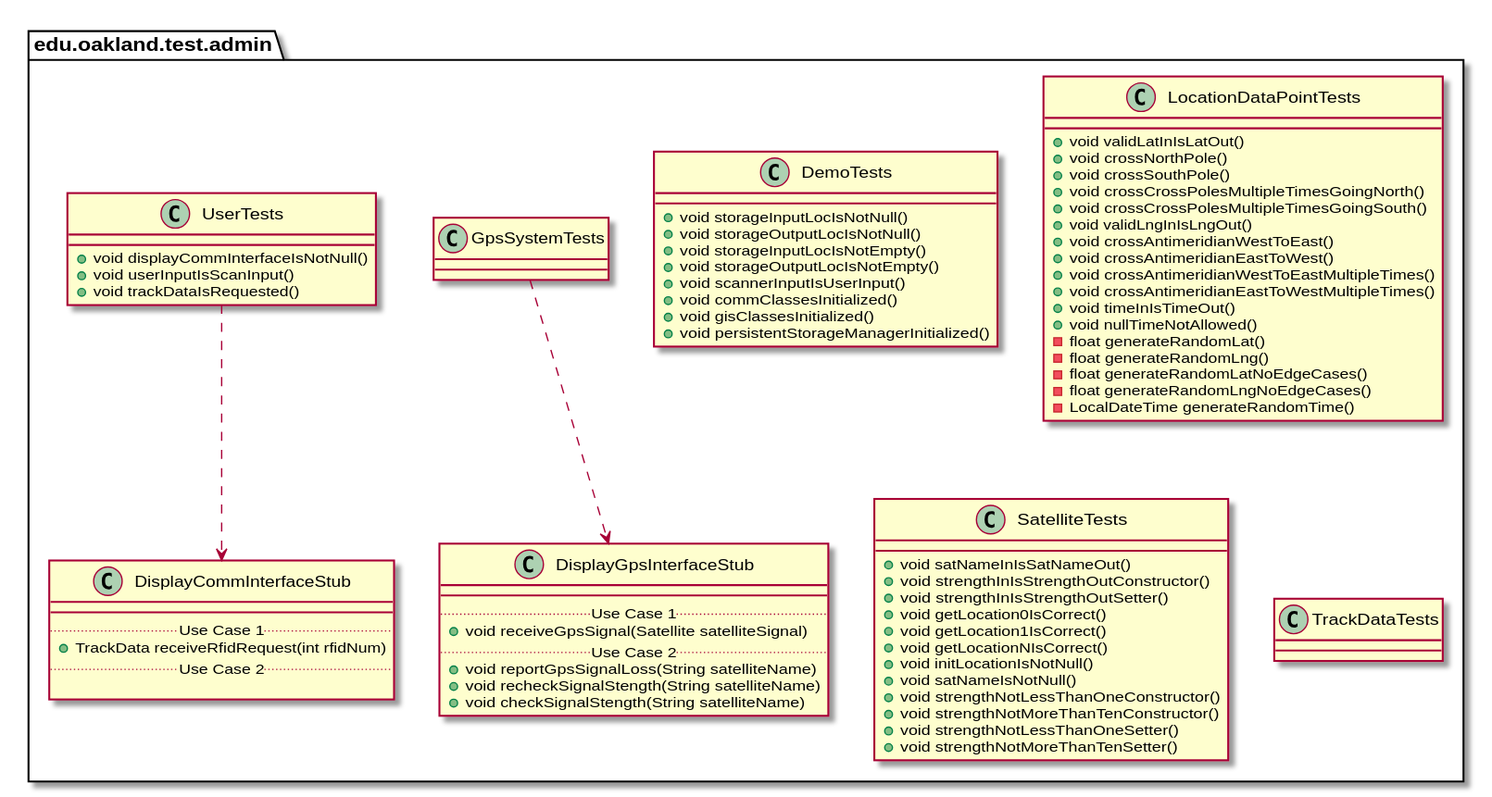
This is docs/uml-class-diagrams/admin/test/AdminTestPackage_InternalDependencies.svg from elilley15/csi-3370-software-project, a PlantUML export, as it was before one commit.
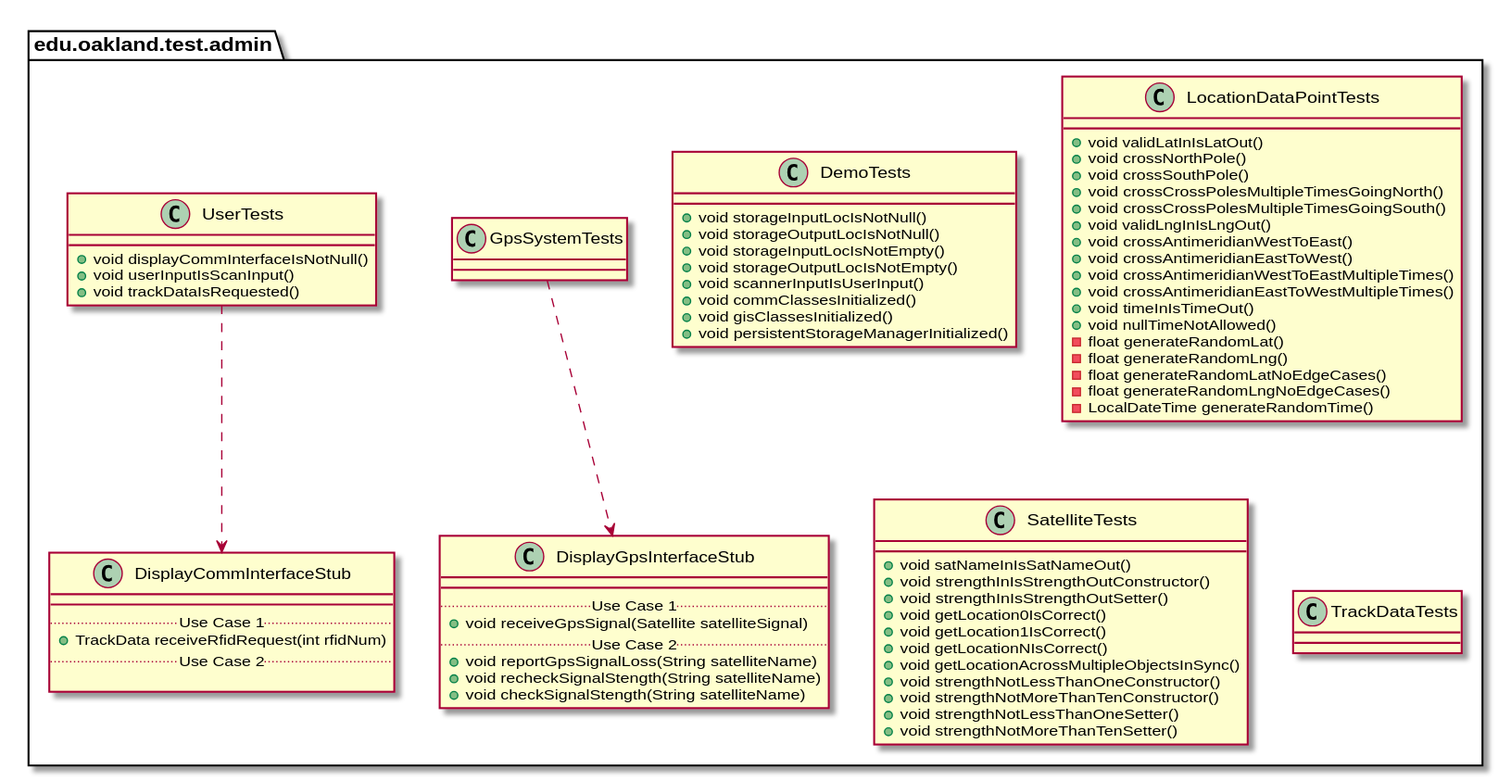
Later version of the same file.

Diff of the diagram source:
```diff
@@ -94,8 +94,7 @@
        + void getLocation0IsCorrect()
        + void getLocation1IsCorrect()
        + void getLocationNIsCorrect()
-       + void initLocationIsNotNull()
-       + void satNameIsNotNull()
+       + void getLocationAcrossMultipleObjectsInSync()
        + void strengthNotLessThanOneConstructor()
        + void strengthNotMoreThanTenConstructor()
        + void strengthNotLessThanOneSetter()
```
